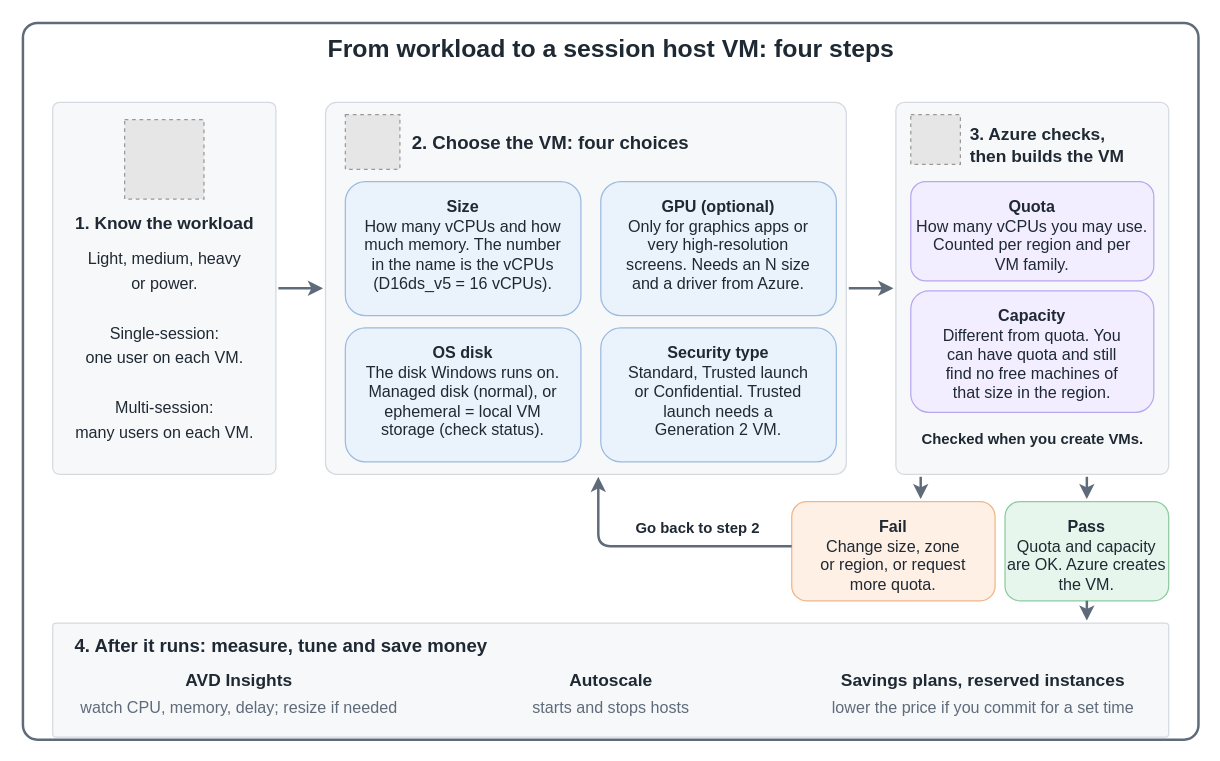
This is src/img/avd/AVD-Session-Host-VM-Size.drawio from AddySidd27/cloud-ai-notes, a draw.io file, before an edit. Source tidied: cells renumbered, new cells numbered last; positions are measured from the earlier drawing's top-left corner, leaving out a move shared by most shapes. Both pictures are drawn from the tidied source at 124%, with x=0, y=0 at pixel (22, 22). Pictures stored in the file or linked from it are replaced by grey dashed boxes.
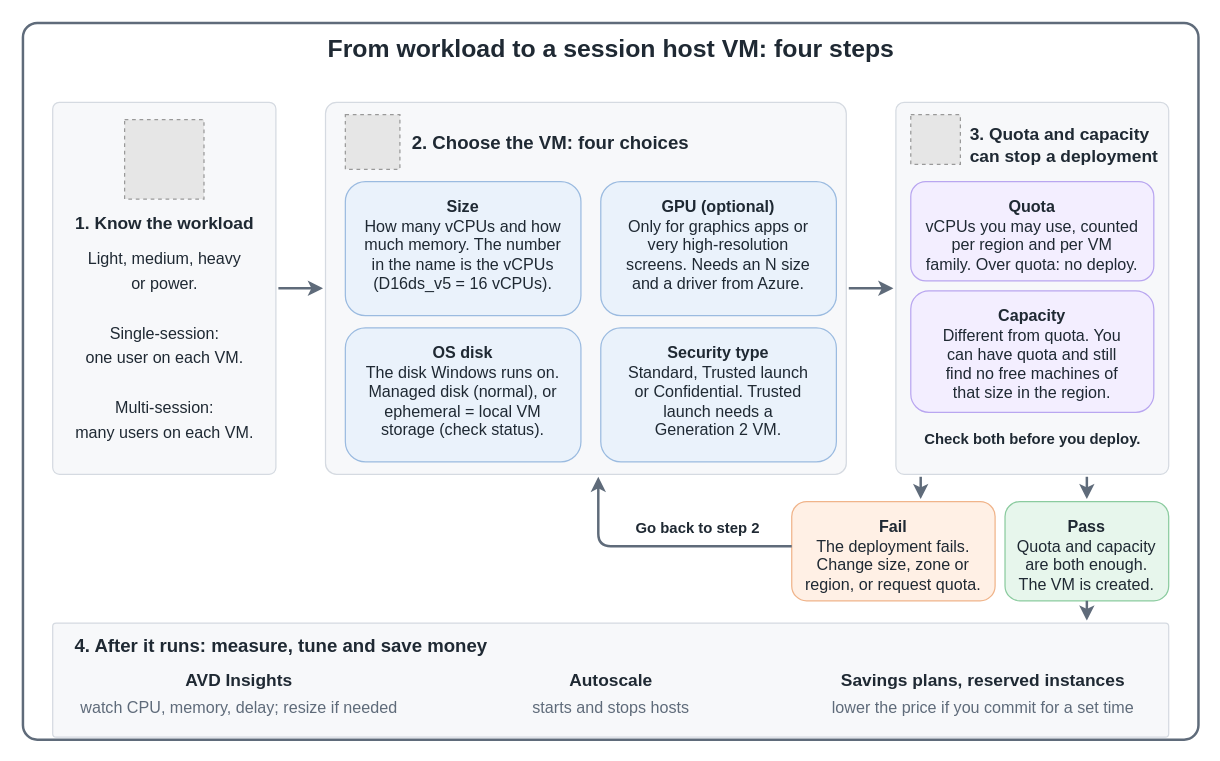
The same diagram, later.

Diff of the diagram source:
```diff
@@
-    <mxCell id="24" value="&lt;b&gt;3. Azure checks,&lt;/b&gt;" style="text;html=1;align=left;verticalAlign=middle;fontSize=14;fontColor=#1f2933;" parent="1" vertex="1">
+    <mxCell id="24" value="&lt;b&gt;3. Quota and capacity&lt;/b&gt;" style="text;html=1;align=left;verticalAlign=middle;fontSize=14;fontColor=#1f2933;" parent="1" vertex="1">
       <mxGeometry x="762" y="78" width="160" height="24" as="geometry" />
     </mxCell>
-    <mxCell id="25" value="&lt;b&gt;then builds the VM&lt;/b&gt;" style="text;html=1;align=left;verticalAlign=middle;fontSize=14;fontColor=#1f2933;" parent="1" vertex="1">
+    <mxCell id="25" value="&lt;b&gt;can stop a deployment&lt;/b&gt;" style="text;html=1;align=left;verticalAlign=middle;fontSize=14;fontColor=#1f2933;" parent="1" vertex="1">
       <mxGeometry x="762" y="96" width="160" height="24" as="geometry" />
     </mxCell>
-    <mxCell id="26" value="&lt;b&gt;Quota&lt;/b&gt;&lt;br&gt;How many vCPUs you may use.&lt;br&gt;Counted per region and per&lt;br&gt;VM family." style="rounded=1;whiteSpace=wrap;html=1;fillColor=#f3eeff;strokeColor=#b9a6f0;fontSize=13;fontColor=#1f2933;verticalAlign=top;spacingTop=6;" parent="1" vertex="1">
+    <mxCell id="26" value="&lt;b&gt;Quota&lt;/b&gt;&lt;br&gt;vCPUs you may use, counted&lt;br&gt;per region and per VM&lt;br&gt;family. Over quota: no deploy." style="rounded=1;whiteSpace=wrap;html=1;fillColor=#f3eeff;strokeColor=#b9a6f0;fontSize=13;fontColor=#1f2933;verticalAlign=top;spacingTop=6;" parent="1" vertex="1">
       <mxGeometry x="716" y="128" width="196" height="80" as="geometry" />
     </mxCell>
@@
-    <mxCell id="28" value="&lt;b&gt;Checked when you create VMs.&lt;/b&gt;" style="text;html=1;align=center;verticalAlign=middle;fontSize=12;fontColor=#1f2933;" parent="1" vertex="1">
+    <mxCell id="28" value="&lt;b&gt;Check both before you deploy.&lt;/b&gt;" style="text;html=1;align=center;verticalAlign=middle;fontSize=12;fontColor=#1f2933;" parent="1" vertex="1">
       <mxGeometry x="716" y="324" width="196" height="24" as="geometry" />
     </mxCell>
-    <mxCell id="29" value="&lt;b&gt;Fail&lt;/b&gt;&lt;br&gt;Change size, zone&lt;br&gt;or region, or request&lt;br&gt;more quota." style="rounded=1;whiteSpace=wrap;html=1;fillColor=#fff0e5;strokeColor=#f0b48a;fontSize=13;fontColor=#1f2933;verticalAlign=top;spacingTop=6;" parent="1" vertex="1">
+    <mxCell id="29" value="&lt;b&gt;Fail&lt;/b&gt;&lt;br&gt;The deployment fails.&lt;br&gt;Change size, zone or&lt;br&gt;region, or request quota." style="rounded=1;whiteSpace=wrap;html=1;fillColor=#fff0e5;strokeColor=#f0b48a;fontSize=13;fontColor=#1f2933;verticalAlign=top;spacingTop=6;" parent="1" vertex="1">
       <mxGeometry x="620" y="386" width="164" height="80" as="geometry" />
     </mxCell>
-    <mxCell id="30" value="&lt;b&gt;Pass&lt;/b&gt;&lt;br&gt;Quota and capacity&lt;br&gt;are OK. Azure creates&lt;br&gt;the VM." style="rounded=1;whiteSpace=wrap;html=1;fillColor=#e7f6ec;strokeColor=#8bcb9f;fontSize=13;fontColor=#1f2933;verticalAlign=top;spacingTop=6;" parent="1" vertex="1">
+    <mxCell id="30" value="&lt;b&gt;Pass&lt;/b&gt;&lt;br&gt;Quota and capacity&lt;br&gt;are both enough.&lt;br&gt;The VM is created." style="rounded=1;whiteSpace=wrap;html=1;fillColor=#e7f6ec;strokeColor=#8bcb9f;fontSize=13;fontColor=#1f2933;verticalAlign=top;spacingTop=6;" parent="1" vertex="1">
       <mxGeometry x="792" y="386" width="132" height="80" as="geometry" />
     </mxCell>
```
